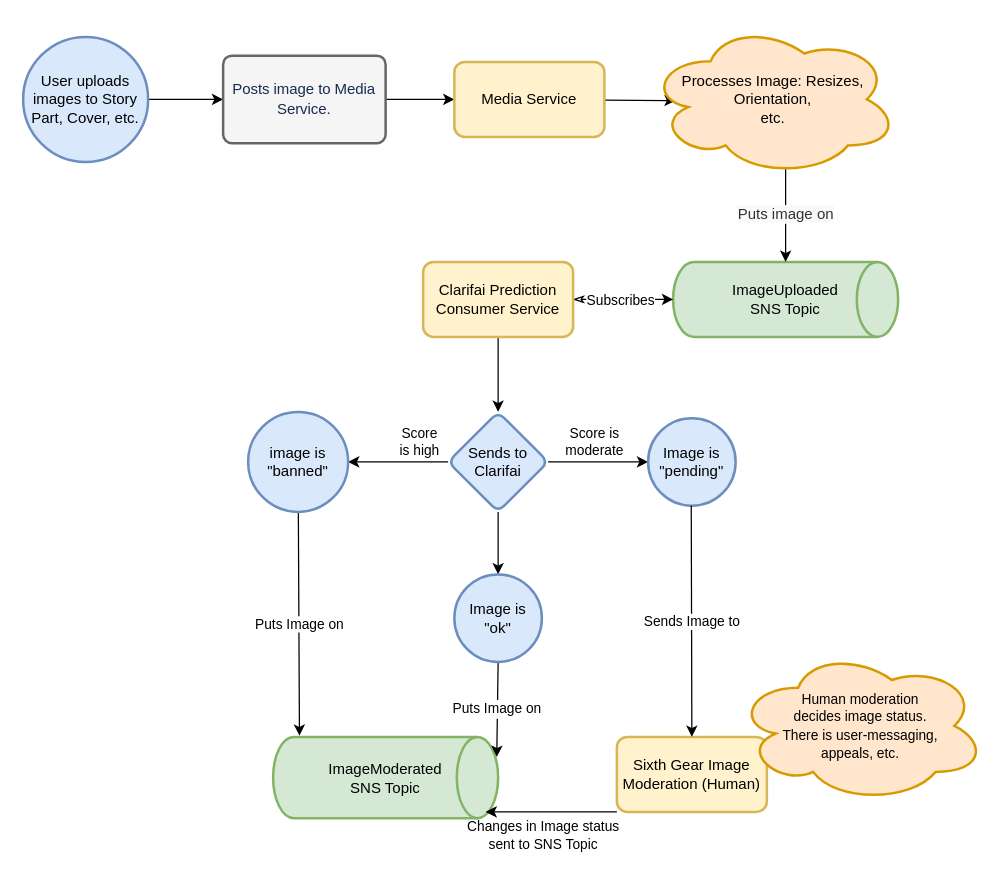
Above: PartImageUploadFlow.drawio in ronanwp/ConfluenceDiagrams (draw.io), before the change. Source tidied: cells renumbered, new cells numbered last; positions are measured from the earlier drawing's top-left corner, leaving out a move shared by most shapes. Both pictures are drawn from the tidied source at 125%, with x=0, y=0 at pixel (22, 22).
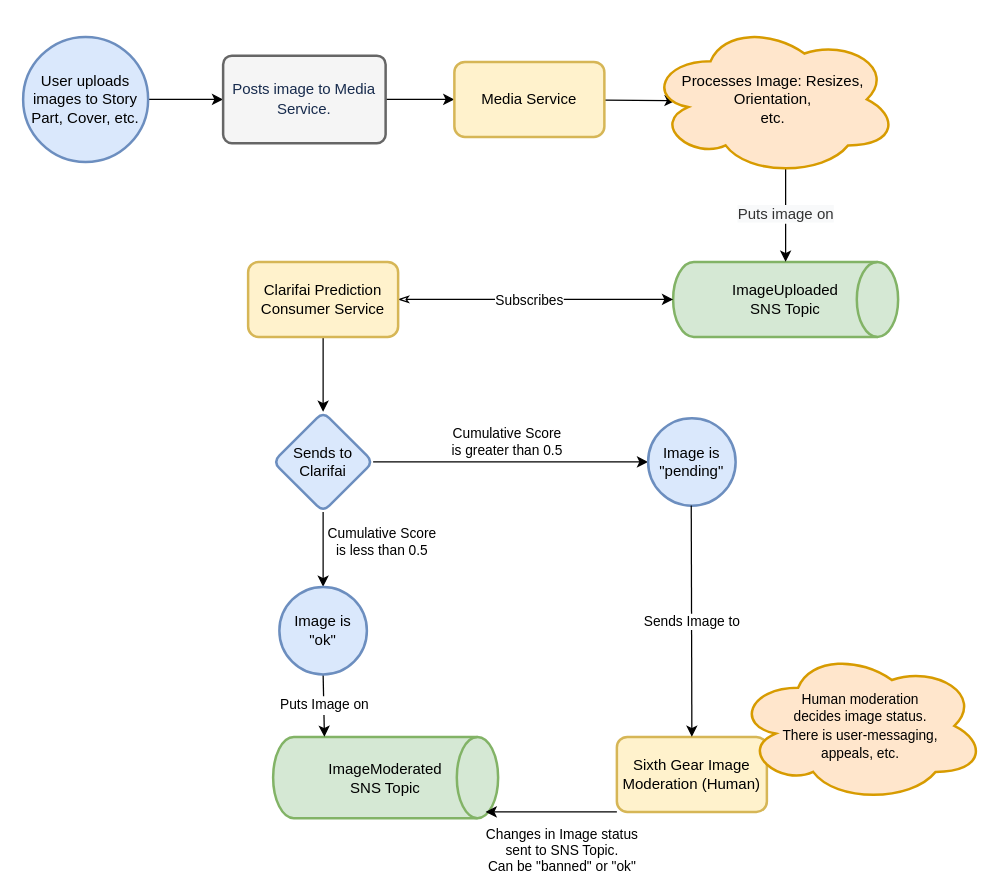
The same diagram, later.

The change refers to these unchanged cells:
```xml
<mxCell id="11" style="edgeStyle=none;rounded=0;jettySize=auto;html=1;startArrow=classicThin;startFill=0;endArrow=classic;endFill=1;strokeColor=default;" parent="1" edge="1" source="14" target="8">
  <mxGeometry relative="1" as="geometry" />
</mxCell>
<mxCell id="23" value="&lt;div style=&quot;text-align: center&quot;&gt;ImageModerated&lt;/div&gt;&lt;div style=&quot;text-align: center&quot;&gt;SNS Topic&lt;/div&gt;" style="strokeWidth=2;html=1;shape=mxgraph.flowchart.direct_data;whiteSpace=wrap;fillColor=#d5e8d4;strokeColor=#82b366;" parent="1" vertex="1">
  <mxGeometry x="200" y="571" width="180" height="65" as="geometry" />
</mxCell>
<mxCell id="30" style="endArrow=none;html=1;rounded=0;strokeColor=default;startArrow=classic;startFill=1;endFill=0;entryX=0;entryY=1;entryDx=0;entryDy=0;" parent="1" edge="1" target="27">
  <mxGeometry relative="1" as="geometry">
    <mxPoint x="370" y="631" as="sourcePoint" />
  </mxGeometry>
</mxCell>
```

What changed in the source:
```diff
@@
     <mxCell id="12" value="Subscribes" style="edgeLabel;html=1;align=center;verticalAlign=middle;" parent="11" vertex="1">
       <mxGeometry x="-0.47" y="1" relative="1" as="geometry">
-        <mxPoint x="16" y="1" as="offset" />
+        <mxPoint x="46" y="1" as="offset" />
       </mxGeometry>
     </mxCell>
@@
     <mxCell id="14" value="Clarifai Prediction Consumer Service" style="whiteSpace=wrap;html=1;rounded=1;strokeWidth=2;arcSize=14;fillColor=#fff2cc;strokeColor=#d6b656;" parent="1" vertex="1">
-      <mxGeometry x="320" y="191" width="120" height="60" as="geometry" />
+      <mxGeometry x="180" y="191" width="120" height="60" as="geometry" />
     </mxCell>
-    <mxCell id="15" style="edgeStyle=none;rounded=0;jettySize=auto;html=1;startArrow=none;startFill=0;endArrow=classic;endFill=1;strokeColor=default;" parent="1" edge="1" source="18" target="20">
-      <mxGeometry relative="1" as="geometry" />
-    </mxCell>
@@
     <mxCell id="18" value="Sends to Clarifai" style="rhombus;whiteSpace=wrap;html=1;rounded=1;strokeColor=#6c8ebf;strokeWidth=2;fillColor=#dae8fc;arcSize=14;" parent="1" vertex="1">
-      <mxGeometry x="340" y="311" width="80" height="80" as="geometry" />
+      <mxGeometry x="200" y="311" width="80" height="80" as="geometry" />
     </mxCell>
-    <mxCell id="19" value="Puts Image on" style="edgeStyle=none;rounded=0;jettySize=auto;html=1;entryX=0.117;entryY=-0.015;entryDx=0;entryDy=0;entryPerimeter=0;startArrow=none;startFill=0;endArrow=classic;endFill=1;strokeColor=default;" parent="1" edge="1" source="20" target="23">
-      <mxGeometry relative="1" as="geometry" />
-    </mxCell>
-    <mxCell id="20" value="image is &quot;banned&quot;" style="ellipse;whiteSpace=wrap;html=1;rounded=1;strokeColor=#6c8ebf;strokeWidth=2;fillColor=#dae8fc;arcSize=14;" parent="1" vertex="1">
-      <mxGeometry x="180" y="311" width="80" height="80" as="geometry" />
-    </mxCell>
-    <mxCell id="21" value="Score&lt;br&gt;is high" style="edgeLabel;html=1;align=center;verticalAlign=middle;labelBackgroundColor=none;" parent="1" vertex="1">
-      <mxGeometry x="310" y="341" as="geometry">
+    <mxCell id="21" value="Cumulative Score&lt;br&gt;is greater than 0.5" style="edgeLabel;html=1;align=center;verticalAlign=middle;labelBackgroundColor=none;" parent="1" vertex="1">
+      <mxGeometry x="380" y="341" as="geometry">
         <mxPoint x="6" y="-7" as="offset" />
       </mxGeometry>
     </mxCell>
-    <mxCell id="22" value="Score is&lt;br&gt;moderate" style="edgeLabel;html=1;align=center;verticalAlign=middle;labelBackgroundColor=none;" parent="1" vertex="1">
-      <mxGeometry x="329.6" y="341" as="geometry">
-        <mxPoint x="127" y="-7" as="offset" />
-      </mxGeometry>
-    </mxCell>
@@
-    <mxCell id="24" value="&lt;font color=&quot;rgba(0, 0, 0, 0)&quot; face=&quot;monospace&quot;&gt;&lt;span style=&quot;font-size: 0px ; background-color: rgb(248 , 249 , 250)&quot;&gt;pu&lt;/span&gt;&lt;/font&gt;Puts Image on" style="edgeStyle=none;rounded=0;jettySize=auto;html=1;exitX=0.5;exitY=1;exitDx=0;exitDy=0;entryX=0.994;entryY=0.246;entryDx=0;entryDy=0;entryPerimeter=0;startArrow=none;startFill=0;endArrow=classic;endFill=1;strokeColor=default;" parent="1" edge="1" source="25" target="23">
+    <mxCell id="24" value="&lt;font color=&quot;rgba(0, 0, 0, 0)&quot; face=&quot;monospace&quot;&gt;&lt;span style=&quot;font-size: 0px ; background-color: rgb(248 , 249 , 250)&quot;&gt;pu&lt;/span&gt;&lt;/font&gt;Puts Image on" style="edgeStyle=none;rounded=0;jettySize=auto;html=1;exitX=0.5;exitY=1;exitDx=0;exitDy=0;entryX=0.228;entryY=0;entryDx=0;entryDy=0;entryPerimeter=0;startArrow=none;startFill=0;endArrow=classic;endFill=1;strokeColor=default;" parent="1" edge="1" source="25" target="23">
       <mxGeometry relative="1" as="geometry" />
     </mxCell>
     <mxCell id="25" value="Image is&lt;br&gt;&quot;ok&quot;" style="ellipse;whiteSpace=wrap;html=1;rounded=1;strokeColor=#6c8ebf;strokeWidth=2;fillColor=#dae8fc;arcSize=14;" parent="1" vertex="1">
-      <mxGeometry x="345" y="441" width="70" height="70" as="geometry" />
+      <mxGeometry x="205" y="451" width="70" height="70" as="geometry" />
     </mxCell>
@@
-    <mxCell id="31" value="Changes in Image status&lt;br&gt;sent to SNS Topic" style="edgeLabel;html=1;align=center;verticalAlign=middle;labelBackgroundColor=none;" parent="30" vertex="1">
+    <mxCell id="31" value="Changes in Image status&lt;br&gt;sent to SNS Topic.&lt;br&gt;Can be &quot;banned&quot; or &quot;ok&quot;" style="edgeLabel;html=1;align=center;verticalAlign=middle;labelBackgroundColor=none;" parent="30" vertex="1">
       <mxGeometry relative="1" as="geometry">
-        <mxPoint x="-8" y="18" as="offset" />
+        <mxPoint x="7" y="30" as="offset" />
       </mxGeometry>
     </mxCell>
@@
+    <mxCell id="33" value="Cumulative Score&lt;br&gt;is less than 0.5" style="edgeLabel;html=1;align=center;verticalAlign=middle;labelBackgroundColor=none;" parent="1" vertex="1">
+      <mxGeometry x="280" y="421" as="geometry">
+        <mxPoint x="6" y="-7" as="offset" />
+      </mxGeometry>
+    </mxCell>
```
